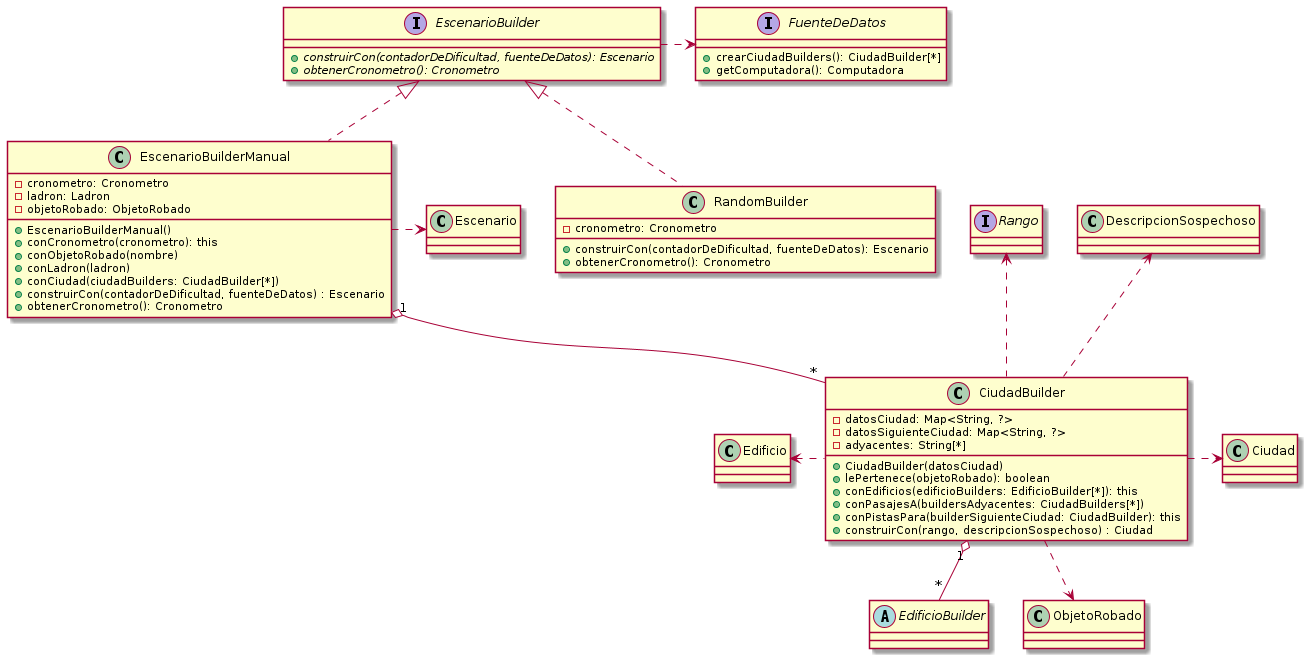
The PlantUML diagram diagrams/classes/clase_builder.png in MegaRedHand/algo-thief, before a commit.
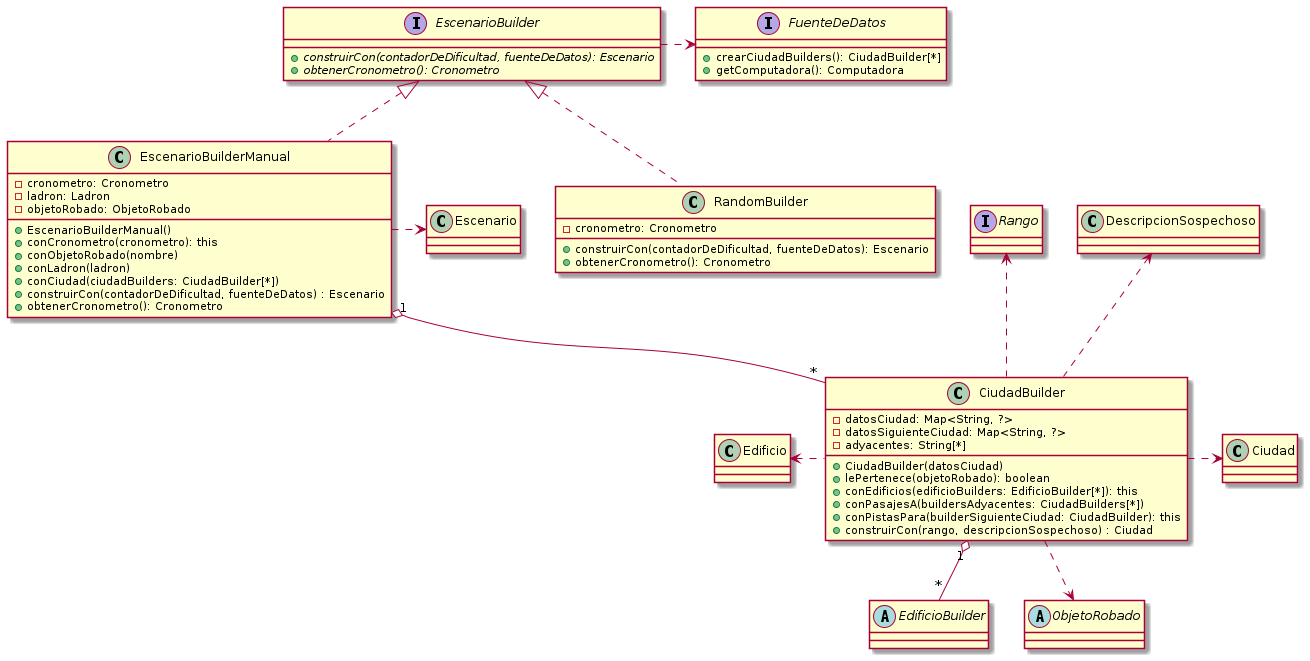
Above is the later version.

Commit message:
docs: agrego diagrama de clase de ObjetoRobado

Diff of the diagram source:
```diff
@@ -40,8 +40,10 @@
     + crearCiudadBuilders(): CiudadBuilder[*]
     + getComputadora(): Computadora
 }
+
 interface Rango
 abstract class EdificioBuilder
+abstract class ObjetoRobado
 
 EscenarioBuilder .> FuenteDeDatos
 EscenarioBuilderManual "1" o-- "*" CiudadBuilder
```
